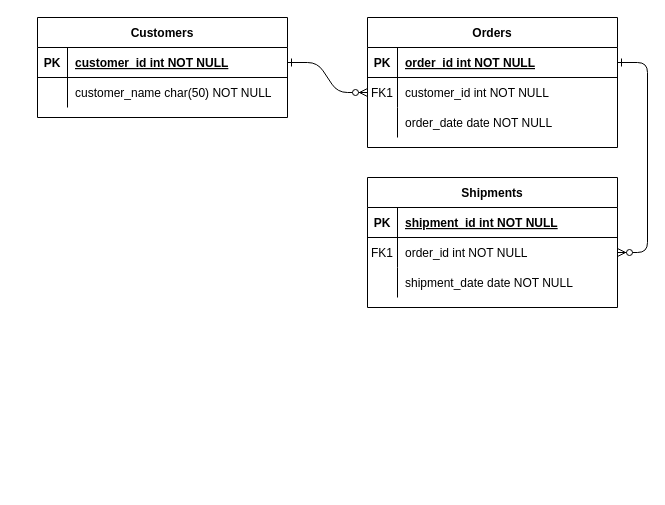
The draw.io diagram Diagrama sem nome.drawio in renanxr/git_kenzie_aula, before the edit. Source tidied: cells renumbered, new cells numbered last; positions are measured from the earlier drawing's top-left corner, leaving out a move shared by most shapes. Both pictures are drawn from the tidied source at 100%, with x=0, y=0 at pixel (37, 17).
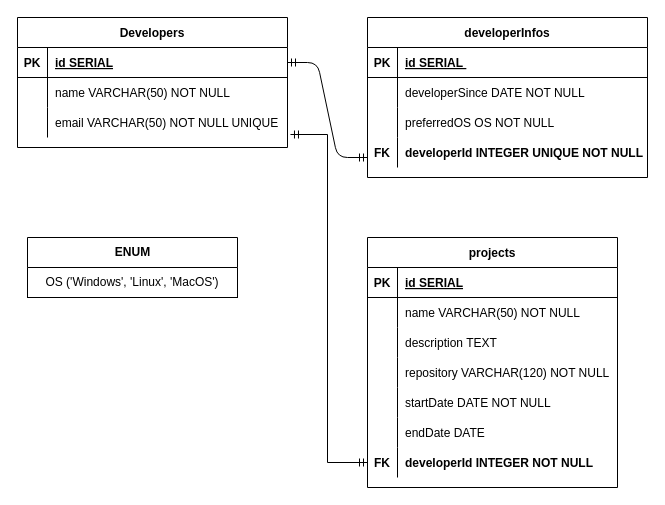
Above is the later version.

Unchanged cells that the change refers to:
```xml
<mxCell id="15" style="shape=partialRectangle;fillColor=none;top=0;left=0;right=0;bottom=1;" parent="14" vertex="1">
  <mxGeometry y="30" width="250" height="30" as="geometry" />
</mxCell>
<mxCell id="18" style="shape=partialRectangle;fillColor=none;points=[[0,0.5],[1,0.5]];portConstraint=eastwest;top=0;left=0;right=0;bottom=0;" parent="14" vertex="1">
  <mxGeometry y="60" width="250" height="30" as="geometry" />
</mxCell>
<mxCell id="21" style="shape=partialRectangle;fillColor=none;top=0;left=0;right=0;bottom=0;" parent="14" vertex="1">
  <mxGeometry y="90" width="250" height="30" as="geometry" />
</mxCell>
```

What changed in the source:
```diff
@@
-    <mxCell id="2" style="edgeStyle=entityRelationEdgeStyle;endArrow=ERzeroToMany;startArrow=ERone;endFill=1;startFill=0;" parent="1" edge="1" source="25" target="8">
-      <mxGeometry relative="1" as="geometry" />
+    <mxCell id="2" style="edgeStyle=entityRelationEdgeStyle;endArrow=ERmandOne;startArrow=ERmandOne;endFill=0;startFill=0;exitX=1;exitY=0.5;exitDx=0;exitDy=0;" parent="1" edge="1" source="25">
+      <mxGeometry relative="1" as="geometry">
+        <mxPoint x="330" y="140" as="targetPoint" />
+      </mxGeometry>
     </mxCell>
-    <mxCell id="3" style="edgeStyle=entityRelationEdgeStyle;endArrow=ERzeroToMany;startArrow=ERone;endFill=1;startFill=0;" parent="1" edge="1" source="5" target="18">
-      <mxGeometry relative="1" as="geometry" />
-    </mxCell>
-    <mxCell id="4" value="Orders" style="shape=table;startSize=30;childLayout=tableLayout;rowLines=0;fontStyle=1;align=center;" parent="1" vertex="1">
-      <mxGeometry x="330" width="250" height="130" as="geometry" />
+    <mxCell id="4" value="developerInfos" style="shape=table;startSize=30;childLayout=tableLayout;rowLines=0;fontStyle=1;align=center;" parent="1" vertex="1">
+      <mxGeometry x="330" width="280" height="160" as="geometry" />
     </mxCell>
     <mxCell id="5" style="shape=partialRectangle;fillColor=none;points=[[0,0.5],[1,0.5]];portConstraint=eastwest;top=0;left=0;right=0;bottom=1;" parent="4" vertex="1">
-      <mxGeometry y="30" width="250" height="30" as="geometry" />
+      <mxGeometry y="30" width="280" height="30" as="geometry" />
     </mxCell>
@@
-    <mxCell id="7" value="order_id int NOT NULL " style="shape=partialRectangle;overflow=hidden;fillColor=none;top=0;left=0;bottom=0;right=0;align=left;spacingLeft=6;fontStyle=5;" parent="5" vertex="1">
-      <mxGeometry x="30" width="220" height="30" as="geometry" />
+    <mxCell id="7" value="id SERIAL " style="shape=partialRectangle;overflow=hidden;fillColor=none;top=0;left=0;bottom=0;right=0;align=left;spacingLeft=6;fontStyle=5;" parent="5" vertex="1">
+      <mxGeometry x="30" width="250" height="30" as="geometry" />
     </mxCell>
     <mxCell id="8" style="shape=partialRectangle;fillColor=none;points=[[0,0.5],[1,0.5]];portConstraint=eastwest;top=0;left=0;right=0;bottom=0;" parent="4" vertex="1">
-      <mxGeometry y="60" width="250" height="30" as="geometry" />
+      <mxGeometry y="60" width="280" height="30" as="geometry" />
     </mxCell>
-    <mxCell id="9" value="FK1" style="shape=partialRectangle;overflow=hidden;fillColor=none;top=0;left=0;bottom=0;right=0;" parent="8" vertex="1">
+    <mxCell id="9" style="shape=partialRectangle;overflow=hidden;fillColor=none;top=0;left=0;bottom=0;right=0;" parent="8" vertex="1">
       <mxGeometry width="30" height="30" as="geometry" />
     </mxCell>
-    <mxCell id="10" value="customer_id int NOT NULL" style="shape=partialRectangle;overflow=hidden;fillColor=none;top=0;left=0;bottom=0;right=0;align=left;spacingLeft=6;" parent="8" vertex="1">
-      <mxGeometry x="30" width="220" height="30" as="geometry" />
+    <mxCell id="10" value="developerSince DATE NOT NULL" style="shape=partialRectangle;overflow=hidden;fillColor=none;top=0;left=0;bottom=0;right=0;align=left;spacingLeft=6;" parent="8" vertex="1">
+      <mxGeometry x="30" width="250" height="30" as="geometry" />
     </mxCell>
     <mxCell id="11" style="shape=partialRectangle;fillColor=none;top=0;left=0;right=0;bottom=0;" parent="4" vertex="1">
-      <mxGeometry y="90" width="250" height="30" as="geometry" />
+      <mxGeometry y="90" width="280" height="30" as="geometry" />
     </mxCell>
@@
-    <mxCell id="13" value="order_date date NOT NULL" style="shape=partialRectangle;overflow=hidden;fillColor=none;top=0;left=0;bottom=0;right=0;align=left;spacingLeft=6;" parent="11" vertex="1">
-      <mxGeometry x="30" width="220" height="30" as="geometry" />
+    <mxCell id="13" value="preferredOS OS NOT NULL" style="shape=partialRectangle;overflow=hidden;fillColor=none;top=0;left=0;bottom=0;right=0;align=left;spacingLeft=6;" parent="11" vertex="1">
+      <mxGeometry x="30" width="250" height="30" as="geometry" />
     </mxCell>
+    <mxCell id="31" style="shape=partialRectangle;fillColor=none;top=0;left=0;right=0;bottom=0;" parent="4" vertex="1">
+      <mxGeometry y="120" width="280" height="30" as="geometry" />
+    </mxCell>
+    <mxCell id="32" value="FK" style="shape=partialRectangle;overflow=hidden;fillColor=none;top=0;left=0;bottom=0;right=0;fontStyle=1;" parent="31" vertex="1">
+      <mxGeometry width="30" height="30" as="geometry" />
+    </mxCell>
+    <mxCell id="33" value="developerId INTEGER UNIQUE NOT NULL" style="shape=partialRectangle;overflow=hidden;fillColor=none;top=0;left=0;bottom=0;right=0;align=left;spacingLeft=6;fontStyle=1;" parent="31" vertex="1">
+      <mxGeometry x="30" width="250" height="30" as="geometry" />
+    </mxCell>
-    <mxCell id="14" value="Shipments" style="shape=table;startSize=30;childLayout=tableLayout;rowLines=0;fontStyle=1;align=center;" parent="1" vertex="1">
-      <mxGeometry x="330" y="160" width="250" height="130" as="geometry" />
+    <mxCell id="14" value="projects" style="shape=table;startSize=30;childLayout=tableLayout;rowLines=0;fontStyle=1;align=center;" parent="1" vertex="1">
+      <mxGeometry x="330" y="220" width="250" height="250" as="geometry" />
     </mxCell>
@@
-    <mxCell id="17" value="shipment_id int NOT NULL " style="shape=partialRectangle;overflow=hidden;fillColor=none;top=0;left=0;bottom=0;right=0;align=left;spacingLeft=6;fontStyle=5;" parent="15" vertex="1">
+    <mxCell id="17" value="id SERIAL " style="shape=partialRectangle;overflow=hidden;fillColor=none;top=0;left=0;bottom=0;right=0;align=left;spacingLeft=6;fontStyle=5;" parent="15" vertex="1">
       <mxGeometry x="30" width="220" height="30" as="geometry" />
     </mxCell>
@@
-    <mxCell id="19" value="FK1" style="shape=partialRectangle;overflow=hidden;fillColor=none;top=0;left=0;bottom=0;right=0;" parent="18" vertex="1">
+    <mxCell id="19" style="shape=partialRectangle;overflow=hidden;fillColor=none;top=0;left=0;bottom=0;right=0;" parent="18" vertex="1">
       <mxGeometry width="30" height="30" as="geometry" />
     </mxCell>
-    <mxCell id="20" value="order_id int NOT NULL" style="shape=partialRectangle;overflow=hidden;fillColor=none;top=0;left=0;bottom=0;right=0;align=left;spacingLeft=6;" parent="18" vertex="1">
+    <mxCell id="20" value="name VARCHAR(50) NOT NULL" style="shape=partialRectangle;overflow=hidden;fillColor=none;top=0;left=0;bottom=0;right=0;align=left;spacingLeft=6;" parent="18" vertex="1">
       <mxGeometry x="30" width="220" height="30" as="geometry" />
     </mxCell>
@@
-    <mxCell id="23" value="shipment_date date NOT NULL" style="shape=partialRectangle;overflow=hidden;fillColor=none;top=0;left=0;bottom=0;right=0;align=left;spacingLeft=6;" parent="21" vertex="1">
+    <mxCell id="23" value="description TEXT" style="shape=partialRectangle;overflow=hidden;fillColor=none;top=0;left=0;bottom=0;right=0;align=left;spacingLeft=6;" parent="21" vertex="1">
       <mxGeometry x="30" width="220" height="30" as="geometry" />
     </mxCell>
+    <mxCell id="34" style="shape=partialRectangle;fillColor=none;top=0;left=0;right=0;bottom=0;" parent="14" vertex="1">
+      <mxGeometry y="120" width="250" height="30" as="geometry" />
+    </mxCell>
+    <mxCell id="35" style="shape=partialRectangle;overflow=hidden;fillColor=none;top=0;left=0;bottom=0;right=0;" parent="34" vertex="1">
+      <mxGeometry width="30" height="30" as="geometry" />
+    </mxCell>
+    <mxCell id="36" value="repository VARCHAR(120) NOT NULL" style="shape=partialRectangle;overflow=hidden;fillColor=none;top=0;left=0;bottom=0;right=0;align=left;spacingLeft=6;" parent="34" vertex="1">
+      <mxGeometry x="30" width="220" height="30" as="geometry" />
+    </mxCell>
+    <mxCell id="37" style="shape=partialRectangle;fillColor=none;top=0;left=0;right=0;bottom=0;" parent="14" vertex="1">
+      <mxGeometry y="150" width="250" height="30" as="geometry" />
+    </mxCell>
+    <mxCell id="38" style="shape=partialRectangle;overflow=hidden;fillColor=none;top=0;left=0;bottom=0;right=0;" parent="37" vertex="1">
+      <mxGeometry width="30" height="30" as="geometry" />
+    </mxCell>
+    <mxCell id="39" value="startDate DATE NOT NULL" style="shape=partialRectangle;overflow=hidden;fillColor=none;top=0;left=0;bottom=0;right=0;align=left;spacingLeft=6;" parent="37" vertex="1">
+      <mxGeometry x="30" width="220" height="30" as="geometry" />
+    </mxCell>
+    <mxCell id="40" style="shape=partialRectangle;fillColor=none;top=0;left=0;right=0;bottom=0;" parent="14" vertex="1">
+      <mxGeometry y="180" width="250" height="30" as="geometry" />
+    </mxCell>
+    <mxCell id="41" style="shape=partialRectangle;overflow=hidden;fillColor=none;top=0;left=0;bottom=0;right=0;" parent="40" vertex="1">
+      <mxGeometry width="30" height="30" as="geometry" />
+    </mxCell>
+    <mxCell id="42" value="endDate DATE" style="shape=partialRectangle;overflow=hidden;fillColor=none;top=0;left=0;bottom=0;right=0;align=left;spacingLeft=6;" parent="40" vertex="1">
+      <mxGeometry x="30" width="220" height="30" as="geometry" />
+    </mxCell>
+    <mxCell id="43" style="shape=partialRectangle;fillColor=none;points=[[0,0.5],[1,0.5]];portConstraint=eastwest;top=0;left=0;right=0;bottom=0;" parent="14" vertex="1">
+      <mxGeometry y="210" width="250" height="30" as="geometry" />
+    </mxCell>
+    <mxCell id="44" value="FK" style="shape=partialRectangle;overflow=hidden;fillColor=none;top=0;left=0;bottom=0;right=0;fontStyle=1;" parent="43" vertex="1">
+      <mxGeometry width="30" height="30" as="geometry" />
+    </mxCell>
+    <mxCell id="45" value="developerId INTEGER NOT NULL" style="shape=partialRectangle;overflow=hidden;fillColor=none;top=0;left=0;bottom=0;right=0;align=left;spacingLeft=6;fontStyle=1;" parent="43" vertex="1">
+      <mxGeometry x="30" width="220" height="30" as="geometry" />
+    </mxCell>
+    <mxCell id="46" style="edgeStyle=orthogonalEdgeStyle;rounded=0;jettySize=auto;html=1;exitX=1.011;exitY=0.9;exitDx=0;exitDy=0;entryX=0;entryY=0.5;entryDx=0;entryDy=0;fontFamily=Helvetica;fontSize=12;fontColor=default;startSize=6;startArrow=ERmandOne;startFill=0;endArrow=ERmandOne;endFill=0;exitPerimeter=0;" parent="1" edge="1" source="47" target="43">
+      <mxGeometry relative="1" as="geometry" />
+    </mxCell>
-    <mxCell id="24" value="Customers" style="shape=table;startSize=30;childLayout=tableLayout;rowLines=0;fontStyle=1;align=center;" parent="1" vertex="1">
-      <mxGeometry width="250" height="100" as="geometry" />
+    <mxCell id="24" value="Developers" style="shape=table;startSize=30;childLayout=tableLayout;rowLines=0;fontStyle=1;align=center;" parent="1" vertex="1">
+      <mxGeometry x="-20" width="270" height="130" as="geometry" />
     </mxCell>
     <mxCell id="25" style="shape=partialRectangle;fillColor=none;points=[[0,0.5],[1,0.5]];portConstraint=eastwest;top=0;left=0;right=0;bottom=1;" parent="24" vertex="1">
-      <mxGeometry y="30" width="250" height="30" as="geometry" />
+      <mxGeometry y="30" width="270" height="30" as="geometry" />
     </mxCell>
@@
-    <mxCell id="27" value="customer_id int NOT NULL " style="shape=partialRectangle;overflow=hidden;fillColor=none;top=0;left=0;bottom=0;right=0;align=left;spacingLeft=6;fontStyle=5;" parent="25" vertex="1">
-      <mxGeometry x="30" width="220" height="30" as="geometry" />
+    <mxCell id="27" value="id SERIAL" style="shape=partialRectangle;overflow=hidden;fillColor=none;top=0;left=0;bottom=0;right=0;align=left;spacingLeft=6;fontStyle=5;" parent="25" vertex="1">
+      <mxGeometry x="30" width="240" height="30" as="geometry" />
     </mxCell>
     <mxCell id="28" style="shape=partialRectangle;fillColor=none;top=0;left=0;right=0;bottom=0;" parent="24" vertex="1">
-      <mxGeometry y="60" width="250" height="30" as="geometry" />
+      <mxGeometry y="60" width="270" height="30" as="geometry" />
     </mxCell>
@@
-    <mxCell id="30" value="customer_name char(50) NOT NULL" style="shape=partialRectangle;overflow=hidden;fillColor=none;top=0;left=0;bottom=0;right=0;align=left;spacingLeft=6;" parent="28" vertex="1">
-      <mxGeometry x="30" width="220" height="30" as="geometry" />
+    <mxCell id="30" value="name VARCHAR(50) NOT NULL" style="shape=partialRectangle;overflow=hidden;fillColor=none;top=0;left=0;bottom=0;right=0;align=left;spacingLeft=6;" parent="28" vertex="1">
+      <mxGeometry x="30" width="240" height="30" as="geometry" />
     </mxCell>
+    <mxCell id="47" style="shape=partialRectangle;fillColor=none;points=[[0,0.5],[1,0.5]];portConstraint=eastwest;top=0;left=0;right=0;bottom=0;" parent="24" vertex="1">
+      <mxGeometry y="90" width="270" height="30" as="geometry" />
+    </mxCell>
+    <mxCell id="48" style="shape=partialRectangle;overflow=hidden;fillColor=none;top=0;left=0;bottom=0;right=0;" parent="47" vertex="1">
+      <mxGeometry width="30" height="30" as="geometry" />
+    </mxCell>
+    <mxCell id="49" value="email VARCHAR(50) NOT NULL UNIQUE" style="shape=partialRectangle;overflow=hidden;fillColor=none;top=0;left=0;bottom=0;right=0;align=left;spacingLeft=6;" parent="47" vertex="1">
+      <mxGeometry x="30" width="240" height="30" as="geometry" />
+    </mxCell>
+    <mxCell id="50" value="ENUM" style="shape=table;startSize=30;childLayout=tableLayout;rowLines=0;fontStyle=1;align=center;html=1;strokeColor=default;fontFamily=Helvetica;fontSize=12;fontColor=default;fillColor=default;" parent="1" vertex="1">
+      <mxGeometry x="-10" y="220" width="210" height="60" as="geometry" />
+    </mxCell>
+    <mxCell id="51" style="shape=tableRow;horizontal=0;startSize=0;swimlaneHead=0;swimlaneBody=0;fillColor=none;top=0;left=0;right=0;bottom=1;strokeColor=default;fontFamily=Helvetica;fontSize=12;fontColor=default;" parent="50" vertex="1">
+      <mxGeometry y="30" width="210" height="30" as="geometry" />
+    </mxCell>
+    <mxCell id="52" value="&lt;div style=&quot;&quot;&gt;&lt;span style=&quot;font-weight: normal; background-color: initial;&quot;&gt;&amp;nbsp;OS&amp;nbsp;('Windows', 'Linux', 'MacOS')&amp;nbsp;&lt;/span&gt;&lt;/div&gt;" style="shape=partialRectangle;fillColor=none;top=0;left=0;bottom=0;right=0;fontStyle=1;overflow=hidden;whiteSpace=wrap;html=1;strokeColor=default;fontFamily=Helvetica;fontSize=12;fontColor=default;startSize=30;align=center;" parent="51" vertex="1">
+      <mxGeometry width="210" height="30" as="geometry" />
+    </mxCell>
```
